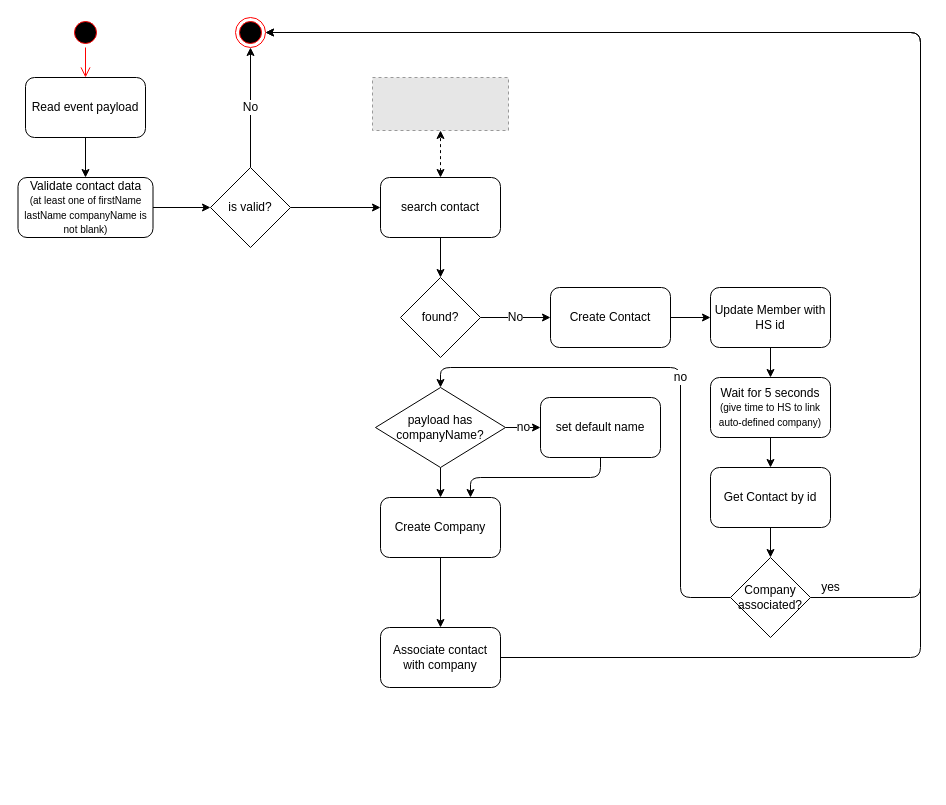
This is workers/Untitled Diagram.drawio from CallLoop/CL2-diagrams, a draw.io file, before an edit. Source tidied: cells renumbered, new cells numbered last; positions are measured from the earlier drawing's top-left corner, leaving out a move shared by most shapes. Both pictures are drawn from the tidied source at 100%, with x=0, y=0 at pixel (18, 17). Pictures stored in the file or linked from it are replaced by grey dashed boxes.
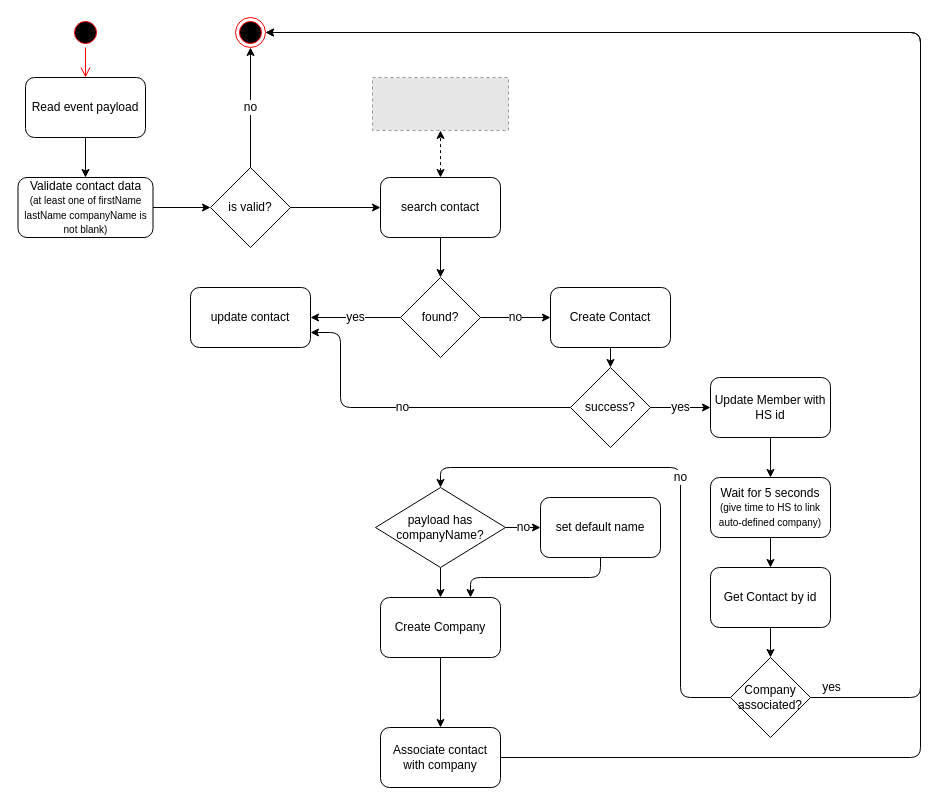
The same page after the edit.

The change refers to these unchanged cells:
```xml
<mxCell id="10" value="is valid?" style="rhombus;whiteSpace=wrap;html=1;fontSize=12;" parent="1" vertex="1">
  <mxGeometry x="192" y="150" width="80" height="80" as="geometry" />
</mxCell>
<mxCell id="11" style="ellipse;html=1;shape=endState;fillColor=#000000;strokeColor=#ff0000;fontSize=12;" parent="1" vertex="1">
  <mxGeometry x="217" width="30" height="30" as="geometry" />
</mxCell>
<mxCell id="17" value="found?" style="rhombus;whiteSpace=wrap;html=1;fontSize=12;" parent="1" vertex="1">
  <mxGeometry x="382" y="260" width="80" height="80" as="geometry" />
</mxCell>
<mxCell id="20" value="Create Contact" style="rounded=1;whiteSpace=wrap;html=1;fontSize=12;" parent="1" vertex="1">
  <mxGeometry x="532" y="270" width="120" height="60" as="geometry" />
</mxCell>
```

The edit, as a diff of the source:
```diff
@@
-    <mxCell id="8" value="No" style="edgeStyle=orthogonalEdgeStyle;rounded=0;jettySize=auto;html=1;exitX=0.5;exitY=0;exitDx=0;exitDy=0;fontSize=12;" parent="1" edge="1" source="10" target="11">
+    <mxCell id="8" value="no" style="edgeStyle=orthogonalEdgeStyle;rounded=0;jettySize=auto;html=1;exitX=0.5;exitY=0;exitDx=0;exitDy=0;fontSize=12;" parent="1" edge="1" source="10" target="11">
       <mxGeometry relative="1" as="geometry" />
     </mxCell>
@@
-    <mxCell id="16" value="No" style="edgeStyle=orthogonalEdgeStyle;rounded=0;jettySize=auto;html=1;exitX=1;exitY=0.5;exitDx=0;exitDy=0;entryX=0;entryY=0.5;entryDx=0;entryDy=0;fontSize=12;startArrow=none;startFill=0;" parent="1" edge="1" source="17" target="20">
+    <mxCell id="16" value="no" style="edgeStyle=orthogonalEdgeStyle;rounded=0;jettySize=auto;html=1;exitX=1;exitY=0.5;exitDx=0;exitDy=0;entryX=0;entryY=0.5;entryDx=0;entryDy=0;fontSize=12;startArrow=none;startFill=0;" parent="1" edge="1" source="17" target="20">
       <mxGeometry relative="1" as="geometry" />
     </mxCell>
+    <mxCell id="38" value="yes" style="edgeStyle=orthogonalEdgeStyle;rounded=1;jettySize=auto;html=1;exitX=0;exitY=0.5;exitDx=0;exitDy=0;entryX=1;entryY=0.5;entryDx=0;entryDy=0;fontSize=12;startArrow=none;startFill=0;" parent="1" edge="1" source="17" target="42">
+      <mxGeometry relative="1" as="geometry" />
+    </mxCell>
@@
-    <mxCell id="19" style="edgeStyle=orthogonalEdgeStyle;rounded=0;jettySize=auto;html=1;exitX=1;exitY=0.5;exitDx=0;exitDy=0;entryX=0;entryY=0.5;entryDx=0;entryDy=0;fontSize=12;startArrow=none;startFill=0;" parent="1" edge="1" source="20" target="28">
+    <mxCell id="19" style="edgeStyle=orthogonalEdgeStyle;rounded=0;jettySize=auto;html=1;exitX=0.5;exitY=1;exitDx=0;exitDy=0;entryX=0.5;entryY=0;entryDx=0;entryDy=0;fontSize=12;startArrow=none;startFill=0;" parent="1" edge="1" source="20" target="41">
       <mxGeometry relative="1" as="geometry" />
     </mxCell>
@@
     <mxCell id="22" value="Wait for 5 seconds&lt;br&gt;&lt;font style=&quot;font-size: 10px;&quot;&gt;(give time to HS to link auto-defined company)&lt;/font&gt;" style="rounded=1;whiteSpace=wrap;html=1;fontSize=12;" parent="1" vertex="1">
-      <mxGeometry x="692" y="360" width="120" height="60" as="geometry" />
+      <mxGeometry x="692" y="460" width="120" height="60" as="geometry" />
     </mxCell>
@@
     <mxCell id="24" value="Get Contact by id" style="rounded=1;whiteSpace=wrap;html=1;fontSize=12;" parent="1" vertex="1">
-      <mxGeometry x="692" y="450" width="120" height="60" as="geometry" />
+      <mxGeometry x="692" y="550" width="120" height="60" as="geometry" />
     </mxCell>
     <mxCell id="25" value="yes" style="edgeStyle=orthogonalEdgeStyle;rounded=1;jettySize=auto;html=1;exitX=1;exitY=0.5;exitDx=0;exitDy=0;entryX=1;entryY=0.5;entryDx=0;entryDy=0;fontSize=12;startArrow=none;startFill=0;" parent="1" edge="1" source="27" target="11">
       <mxGeometry x="-0.97" y="10" relative="1" as="geometry">
         <Array as="points">
-          <mxPoint x="902" y="580" />
+          <mxPoint x="902" y="680" />
           <mxPoint x="902" y="15" />
         </Array>
       </mxGeometry>
     </mxCell>
     <mxCell id="26" value="no" style="edgeStyle=orthogonalEdgeStyle;rounded=1;jettySize=auto;html=1;exitX=0;exitY=0.5;exitDx=0;exitDy=0;fontSize=12;startArrow=none;startFill=0;entryX=0.5;entryY=0;entryDx=0;entryDy=0;" parent="1" edge="1" source="27" target="31">
       <mxGeometry relative="1" as="geometry">
         <Array as="points">
-          <mxPoint x="662" y="580" />
-          <mxPoint x="662" y="350" />
-          <mxPoint x="422" y="350" />
+          <mxPoint x="662" y="680" />
+          <mxPoint x="662" y="450" />
+          <mxPoint x="422" y="450" />
         </Array>
       </mxGeometry>
     </mxCell>
     <mxCell id="27" value="Company&lt;br&gt;associated?" style="rhombus;whiteSpace=wrap;html=1;fontSize=12;" parent="1" vertex="1">
-      <mxGeometry x="712" y="540" width="80" height="80" as="geometry" />
+      <mxGeometry x="712" y="640" width="80" height="80" as="geometry" />
     </mxCell>
     <mxCell id="28" value="Update Member with HS id" style="rounded=1;whiteSpace=wrap;html=1;fontSize=12;" parent="1" vertex="1">
-      <mxGeometry x="692" y="270" width="120" height="60" as="geometry" />
+      <mxGeometry x="692" y="360" width="120" height="60" as="geometry" />
     </mxCell>
@@
     <mxCell id="31" value="payload has companyName?" style="rhombus;whiteSpace=wrap;html=1;fontSize=12;" parent="1" vertex="1">
-      <mxGeometry x="357" y="370" width="130" height="80" as="geometry" />
+      <mxGeometry x="357" y="470" width="130" height="80" as="geometry" />
     </mxCell>
@@
     <mxCell id="33" value="set default name" style="rounded=1;whiteSpace=wrap;html=1;fontSize=12;" parent="1" vertex="1">
-      <mxGeometry x="522" y="380" width="120" height="60" as="geometry" />
+      <mxGeometry x="522" y="480" width="120" height="60" as="geometry" />
     </mxCell>
@@
     <mxCell id="35" value="Create Company" style="rounded=1;whiteSpace=wrap;html=1;fontSize=12;" parent="1" vertex="1">
-      <mxGeometry x="362" y="480" width="120" height="60" as="geometry" />
+      <mxGeometry x="362" y="580" width="120" height="60" as="geometry" />
     </mxCell>
     <mxCell id="36" style="edgeStyle=orthogonalEdgeStyle;rounded=1;jettySize=auto;html=1;exitX=1;exitY=0.5;exitDx=0;exitDy=0;entryX=1;entryY=0.5;entryDx=0;entryDy=0;fontSize=12;startArrow=none;startFill=0;" parent="1" edge="1" source="37" target="11">
       <mxGeometry relative="1" as="geometry">
         <Array as="points">
-          <mxPoint x="902" y="640" />
+          <mxPoint x="902" y="740" />
           <mxPoint x="902" y="15" />
         </Array>
       </mxGeometry>
     </mxCell>
     <mxCell id="37" value="Associate contact with company" style="rounded=1;whiteSpace=wrap;html=1;fontSize=12;" parent="1" vertex="1">
-      <mxGeometry x="362" y="610" width="120" height="60" as="geometry" />
+      <mxGeometry x="362" y="710" width="120" height="60" as="geometry" />
     </mxCell>
+    <mxCell id="39" value="yes" style="edgeStyle=orthogonalEdgeStyle;rounded=1;jettySize=auto;html=1;exitX=1;exitY=0.5;exitDx=0;exitDy=0;entryX=0;entryY=0.5;entryDx=0;entryDy=0;fontSize=12;startArrow=none;startFill=0;" parent="1" edge="1" source="41" target="28">
+      <mxGeometry relative="1" as="geometry" />
+    </mxCell>
+    <mxCell id="40" value="no" style="edgeStyle=orthogonalEdgeStyle;rounded=1;jettySize=auto;html=1;exitX=0;exitY=0.5;exitDx=0;exitDy=0;entryX=1;entryY=0.75;entryDx=0;entryDy=0;fontSize=12;startArrow=none;startFill=0;" parent="1" edge="1" source="41" target="42">
+      <mxGeometry relative="1" as="geometry">
+        <Array as="points">
+          <mxPoint x="322" y="390" />
+          <mxPoint x="322" y="315" />
+        </Array>
+      </mxGeometry>
+    </mxCell>
+    <mxCell id="41" value="success?" style="rhombus;whiteSpace=wrap;html=1;fontSize=12;" parent="1" vertex="1">
+      <mxGeometry x="552" y="350" width="80" height="80" as="geometry" />
+    </mxCell>
+    <mxCell id="42" value="update contact" style="rounded=1;whiteSpace=wrap;html=1;fontSize=12;" parent="1" vertex="1">
+      <mxGeometry x="172" y="270" width="120" height="60" as="geometry" />
+    </mxCell>
```
